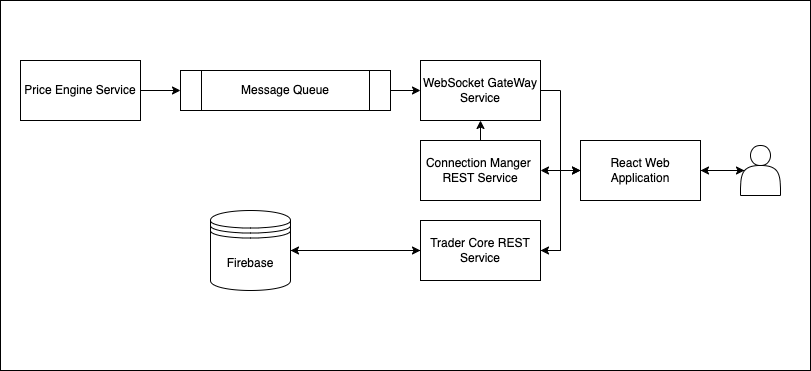
This is fx-trader.png from josephappeah/portfolio, a draw.io export, as it was before one commit. Source tidied: cells renumbered, new cells last; positions are measured from the earlier drawing's top-left corner, leaving out a move shared by most shapes.
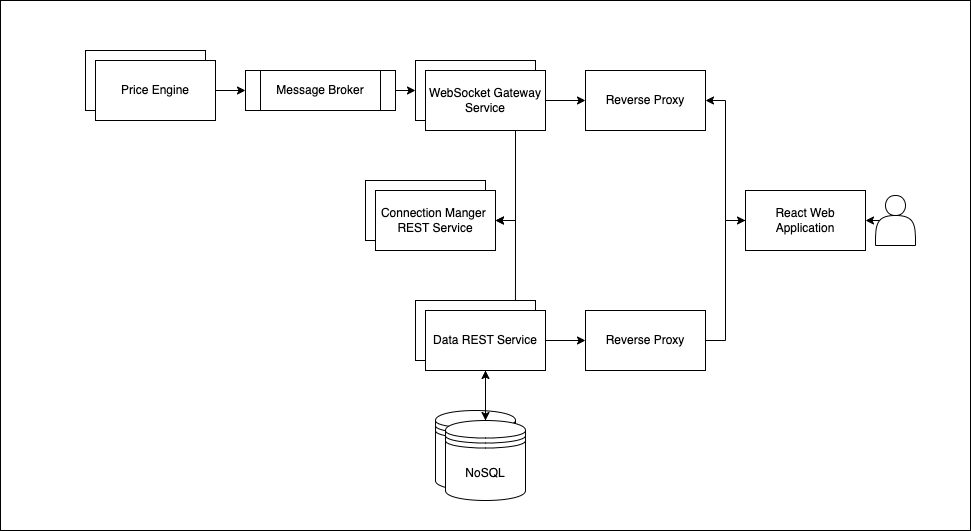
After the change.

The edit, as a diff of the source:
```diff
@@ -2,67 +2,86 @@
   <root>
     <mxCell id="0" />
     <mxCell id="1" parent="0" />
-    <mxCell id="2" style="rounded=0;whiteSpace=wrap;html=1;" parent="1" vertex="1">
-      <mxGeometry width="810" height="370" as="geometry" />
-    </mxCell>
+    <mxCell id="22" style="rounded=0;whiteSpace=wrap;html=1;" parent="1" vertex="1">
+      <mxGeometry x="-85" y="-40" width="970" height="530" as="geometry" />
+    </mxCell>
+    <mxCell id="23" style="rounded=0;whiteSpace=wrap;html=1;" parent="1" vertex="1">
+      <mxGeometry y="10" width="120" height="60" as="geometry" />
+    </mxCell>
     <mxCell id="3" style="edgeStyle=orthogonalEdgeStyle;rounded=0;jettySize=auto;html=1;exitX=1;exitY=0.5;exitDx=0;exitDy=0;entryX=0;entryY=0.5;entryDx=0;entryDy=0;" parent="1" edge="1" source="4" target="8">
       <mxGeometry relative="1" as="geometry" />
     </mxCell>
-    <mxCell id="4" value="Message Queue" style="shape=process;whiteSpace=wrap;html=1;backgroundOutline=1;" parent="1" vertex="1">
-      <mxGeometry x="180" y="70" width="210" height="40" as="geometry" />
+    <mxCell id="4" value="Message Broker" style="shape=process;whiteSpace=wrap;html=1;backgroundOutline=1;" parent="1" vertex="1">
+      <mxGeometry x="160" y="30" width="150" height="40" as="geometry" />
     </mxCell>
     <mxCell id="5" style="edgeStyle=orthogonalEdgeStyle;rounded=0;jettySize=auto;html=1;exitX=1;exitY=0.5;exitDx=0;exitDy=0;entryX=0;entryY=0.5;entryDx=0;entryDy=0;" parent="1" edge="1" source="6" target="4">
       <mxGeometry relative="1" as="geometry" />
     </mxCell>
-    <mxCell id="6" value="Price Engine Service" style="rounded=0;whiteSpace=wrap;html=1;" parent="1" vertex="1">
-      <mxGeometry x="20" y="60" width="120" height="60" as="geometry" />
+    <mxCell id="6" value="Price Engine" style="rounded=0;whiteSpace=wrap;html=1;" parent="1" vertex="1">
+      <mxGeometry x="10" y="20" width="120" height="60" as="geometry" />
     </mxCell>
-    <mxCell id="7" style="edgeStyle=orthogonalEdgeStyle;rounded=0;jettySize=auto;html=1;exitX=1;exitY=0.5;exitDx=0;exitDy=0;entryX=0;entryY=0.5;entryDx=0;entryDy=0;" parent="1" edge="1" source="8" target="20">
-      <mxGeometry relative="1" as="geometry" />
-    </mxCell>
-    <mxCell id="8" value="WebSocket GateWay Service" style="rounded=0;whiteSpace=wrap;html=1;" parent="1" vertex="1">
-      <mxGeometry x="420" y="60" width="120" height="60" as="geometry" />
+    <mxCell id="8" style="rounded=0;whiteSpace=wrap;html=1;" parent="1" vertex="1">
+      <mxGeometry x="330" y="20" width="120" height="60" as="geometry" />
     </mxCell>
-    <mxCell id="9" style="edgeStyle=orthogonalEdgeStyle;rounded=0;jettySize=auto;html=1;exitX=0.5;exitY=0;exitDx=0;exitDy=0;entryX=0.5;entryY=1;entryDx=0;entryDy=0;" parent="1" edge="1" source="10" target="8">
-      <mxGeometry relative="1" as="geometry" />
-    </mxCell>
+    <mxCell id="24" style="edgeStyle=orthogonalEdgeStyle;rounded=0;jettySize=auto;html=1;exitX=0.833;exitY=0.033;exitDx=0;exitDy=0;entryX=1;entryY=0.5;entryDx=0;entryDy=0;exitPerimeter=0;" parent="1" edge="1" source="13" target="10">
+      <mxGeometry relative="1" as="geometry" />
+    </mxCell>
+    <mxCell id="13" value="Trader Core REST Service" style="rounded=0;whiteSpace=wrap;html=1;" parent="1" vertex="1">
+      <mxGeometry x="330" y="260" width="120" height="60" as="geometry" />
+    </mxCell>
+    <mxCell id="15" value="Firebase" style="shape=datastore;whiteSpace=wrap;html=1;" parent="1" vertex="1">
+      <mxGeometry x="350" y="370" width="80" height="80" as="geometry" />
+    </mxCell>
+    <mxCell id="25" style="edgeStyle=orthogonalEdgeStyle;rounded=0;jettySize=auto;html=1;exitX=0.1;exitY=0.5;exitDx=0;exitDy=0;exitPerimeter=0;entryX=1;entryY=0.5;entryDx=0;entryDy=0;" parent="1" edge="1" source="17" target="20">
+      <mxGeometry relative="1" as="geometry" />
+    </mxCell>
+    <mxCell id="17" style="shape=actor;whiteSpace=wrap;html=1;" parent="1" vertex="1">
+      <mxGeometry x="790" y="155" width="40" height="50" as="geometry" />
+    </mxCell>
+    <mxCell id="26" style="edgeStyle=orthogonalEdgeStyle;rounded=0;jettySize=auto;html=1;exitX=0;exitY=0.5;exitDx=0;exitDy=0;entryX=1;entryY=0.5;entryDx=0;entryDy=0;" parent="1" edge="1" source="20" target="27">
+      <mxGeometry relative="1" as="geometry" />
+    </mxCell>
+    <mxCell id="20" value="React Web Application" style="rounded=0;whiteSpace=wrap;html=1;" parent="1" vertex="1">
+      <mxGeometry x="660" y="150" width="120" height="60" as="geometry" />
+    </mxCell>
+    <mxCell id="27" value="Reverse Proxy" style="rounded=0;whiteSpace=wrap;html=1;" parent="1" vertex="1">
+      <mxGeometry x="500" y="30" width="120" height="60" as="geometry" />
+    </mxCell>
+    <mxCell id="28" style="edgeStyle=orthogonalEdgeStyle;rounded=0;jettySize=auto;html=1;exitX=1;exitY=0.5;exitDx=0;exitDy=0;entryX=0;entryY=0.5;entryDx=0;entryDy=0;" parent="1" edge="1" source="30" target="27">
+      <mxGeometry relative="1" as="geometry" />
+    </mxCell>
+    <mxCell id="29" style="edgeStyle=orthogonalEdgeStyle;rounded=0;jettySize=auto;html=1;exitX=0.75;exitY=1;exitDx=0;exitDy=0;entryX=1;entryY=0.5;entryDx=0;entryDy=0;" parent="1" edge="1" source="30" target="10">
+      <mxGeometry relative="1" as="geometry" />
+    </mxCell>
+    <mxCell id="30" value="WebSocket Gatew&lt;span style=&quot;background-color: initial;&quot;&gt;ay Service&lt;/span&gt;" style="rounded=0;whiteSpace=wrap;html=1;" parent="1" vertex="1">
+      <mxGeometry x="340" y="30" width="120" height="60" as="geometry" />
+    </mxCell>
+    <mxCell id="31" style="edgeStyle=orthogonalEdgeStyle;rounded=0;jettySize=auto;html=1;exitX=1;exitY=0.5;exitDx=0;exitDy=0;entryX=0;entryY=0.5;entryDx=0;entryDy=0;" parent="1" edge="1" source="33" target="37">
+      <mxGeometry relative="1" as="geometry" />
+    </mxCell>
+    <mxCell id="32" style="edgeStyle=orthogonalEdgeStyle;rounded=0;jettySize=auto;html=1;exitX=0.5;exitY=1;exitDx=0;exitDy=0;entryX=0.5;entryY=0;entryDx=0;entryDy=0;" parent="1" edge="1" source="33" target="35">
+      <mxGeometry relative="1" as="geometry" />
+    </mxCell>
+    <mxCell id="33" value="Data REST Service" style="rounded=0;whiteSpace=wrap;html=1;" parent="1" vertex="1">
+      <mxGeometry x="340" y="270" width="120" height="60" as="geometry" />
+    </mxCell>
+    <mxCell id="34" style="edgeStyle=orthogonalEdgeStyle;rounded=0;jettySize=auto;html=1;exitX=0.5;exitY=0;exitDx=0;exitDy=0;entryX=0.5;entryY=1;entryDx=0;entryDy=0;" parent="1" edge="1" source="35" target="33">
+      <mxGeometry relative="1" as="geometry" />
+    </mxCell>
+    <mxCell id="35" value="NoSQL" style="shape=datastore;whiteSpace=wrap;html=1;" parent="1" vertex="1">
+      <mxGeometry x="360" y="380" width="80" height="80" as="geometry" />
+    </mxCell>
+    <mxCell id="36" style="edgeStyle=orthogonalEdgeStyle;rounded=0;jettySize=auto;html=1;exitX=1;exitY=0.5;exitDx=0;exitDy=0;entryX=0;entryY=0.5;entryDx=0;entryDy=0;" parent="1" edge="1" source="37" target="20">
+      <mxGeometry relative="1" as="geometry" />
+    </mxCell>
+    <mxCell id="37" value="Reverse Proxy" style="rounded=0;whiteSpace=wrap;html=1;" parent="1" vertex="1">
+      <mxGeometry x="500" y="270" width="120" height="60" as="geometry" />
+    </mxCell>
+    <mxCell id="38" style="rounded=0;whiteSpace=wrap;html=1;" parent="1" vertex="1">
+      <mxGeometry x="280" y="140" width="120" height="60" as="geometry" />
+    </mxCell>
     <mxCell id="10" value="Connection Manger&amp;nbsp;&lt;div&gt;REST Service&lt;/div&gt;" style="rounded=0;whiteSpace=wrap;html=1;" parent="1" vertex="1">
-      <mxGeometry x="420" y="140" width="120" height="60" as="geometry" />
+      <mxGeometry x="290" y="150" width="120" height="60" as="geometry" />
     </mxCell>
-    <mxCell id="11" style="edgeStyle=orthogonalEdgeStyle;rounded=0;jettySize=auto;html=1;exitX=0;exitY=0.5;exitDx=0;exitDy=0;entryX=1;entryY=0.5;entryDx=0;entryDy=0;" parent="1" edge="1" source="13" target="15">
-      <mxGeometry relative="1" as="geometry" />
-    </mxCell>
-    <mxCell id="12" style="edgeStyle=orthogonalEdgeStyle;rounded=0;jettySize=auto;html=1;exitX=1;exitY=0.5;exitDx=0;exitDy=0;entryX=0;entryY=0.5;entryDx=0;entryDy=0;" parent="1" edge="1" source="13" target="20">
-      <mxGeometry relative="1" as="geometry" />
-    </mxCell>
-    <mxCell id="13" value="Trader Core REST Service" style="rounded=0;whiteSpace=wrap;html=1;" parent="1" vertex="1">
-      <mxGeometry x="420" y="220" width="120" height="60" as="geometry" />
-    </mxCell>
-    <mxCell id="14" style="edgeStyle=orthogonalEdgeStyle;rounded=0;jettySize=auto;html=1;exitX=1;exitY=0.5;exitDx=0;exitDy=0;entryX=0;entryY=0.5;entryDx=0;entryDy=0;" parent="1" edge="1" source="15" target="13">
-      <mxGeometry relative="1" as="geometry" />
-    </mxCell>
-    <mxCell id="15" value="Firebase" style="shape=datastore;whiteSpace=wrap;html=1;" parent="1" vertex="1">
-      <mxGeometry x="210" y="210" width="80" height="80" as="geometry" />
-    </mxCell>
-    <mxCell id="16" style="edgeStyle=orthogonalEdgeStyle;rounded=0;jettySize=auto;html=1;exitX=0.1;exitY=0.5;exitDx=0;exitDy=0;exitPerimeter=0;" parent="1" edge="1" source="17">
-      <mxGeometry relative="1" as="geometry">
-        <mxPoint x="700" y="170" as="targetPoint" />
-      </mxGeometry>
-    </mxCell>
-    <mxCell id="17" style="shape=actor;whiteSpace=wrap;html=1;" parent="1" vertex="1">
-      <mxGeometry x="740" y="145" width="40" height="50" as="geometry" />
-    </mxCell>
-    <mxCell id="18" style="edgeStyle=orthogonalEdgeStyle;rounded=0;jettySize=auto;html=1;exitX=0;exitY=0.5;exitDx=0;exitDy=0;entryX=1;entryY=0.5;entryDx=0;entryDy=0;" parent="1" edge="1" source="20" target="13">
-      <mxGeometry relative="1" as="geometry" />
-    </mxCell>
-    <mxCell id="19" style="edgeStyle=orthogonalEdgeStyle;rounded=0;jettySize=auto;html=1;exitX=0;exitY=0.5;exitDx=0;exitDy=0;entryX=1;entryY=0.5;entryDx=0;entryDy=0;" parent="1" edge="1" source="20" target="10">
-      <mxGeometry relative="1" as="geometry" />
-    </mxCell>
-    <mxCell id="20" value="React Web Application" style="rounded=0;whiteSpace=wrap;html=1;" parent="1" vertex="1">
-      <mxGeometry x="580" y="140" width="120" height="60" as="geometry" />
-    </mxCell>
-    <mxCell id="21" style="edgeStyle=orthogonalEdgeStyle;rounded=0;jettySize=auto;html=1;exitX=1;exitY=0.5;exitDx=0;exitDy=0;entryX=0.1;entryY=0.5;entryDx=0;entryDy=0;entryPerimeter=0;" parent="1" edge="1" source="20" target="17">
-      <mxGeometry relative="1" as="geometry" />
-    </mxCell>
   </root>
 </mxGraphModel>
```
